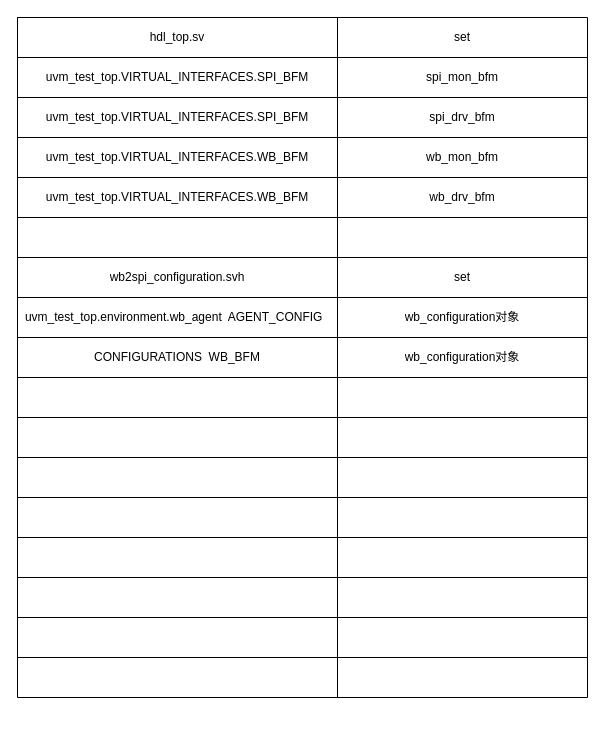
Before: wb2spi/系统的config过程.drawio in ghr12345/firsttest, a draw.io diagram. Source tidied: cells renumbered, new cells numbered last; positions are measured from the earlier drawing's top-left corner, leaving out a move shared by most shapes. Both pictures are drawn from the tidied source at 100%, with x=0, y=0 at pixel (17, 17).
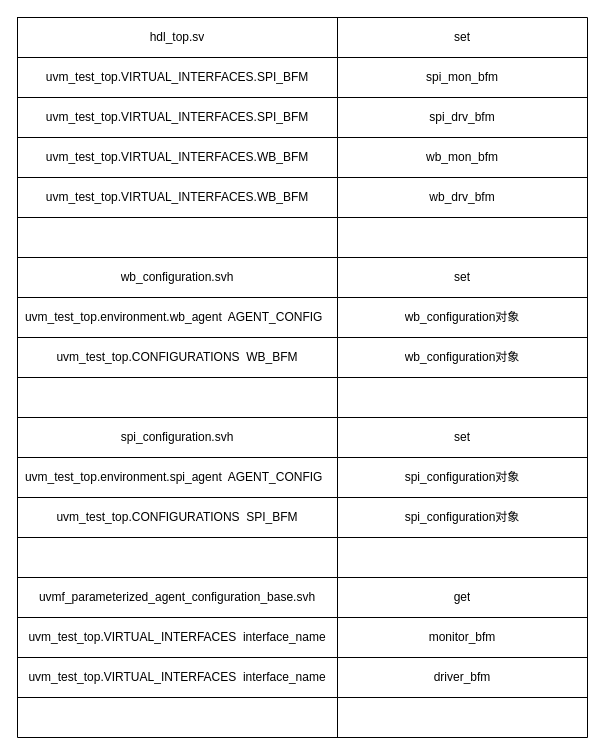
The same diagram, later.

Commit message (it also covers changes not shown here):
更新系统的config过程.drawio

The change refers to these unchanged cells:
```xml
<mxCell id="21" style="shape=partialRectangle;html=1;whiteSpace=wrap;fillColor=none;top=0;left=0;bottom=0;right=0;" parent="2" vertex="1">
  <mxGeometry y="240" width="570" height="40" as="geometry" />
</mxCell>
<mxCell id="27" style="shape=partialRectangle;html=1;whiteSpace=wrap;fillColor=none;top=0;left=0;bottom=0;right=0;" parent="2" vertex="1">
  <mxGeometry y="320" width="570" height="40" as="geometry" />
</mxCell>
```

Diff of the diagram source:
```diff
@@
     <mxCell id="2" style="shape=table;html=1;whiteSpace=wrap;startSize=0;childLayout=tableLayout;" parent="1" vertex="1">
-      <mxGeometry width="570" height="680" as="geometry" />
+      <mxGeometry width="570" height="720" as="geometry" />
     </mxCell>
@@
-    <mxCell id="22" value="wb2spi_configuration.svh" style="shape=partialRectangle;html=1;whiteSpace=wrap;overflow=hidden;fillColor=none;top=0;left=0;bottom=0;right=0;" parent="21" vertex="1">
+    <mxCell id="22" value="wb_configuration.svh" style="shape=partialRectangle;html=1;whiteSpace=wrap;overflow=hidden;fillColor=none;top=0;left=0;bottom=0;right=0;" parent="21" vertex="1">
       <mxGeometry width="320" height="40" as="geometry" />
     </mxCell>
@@
-    <mxCell id="28" value="CONFIGURATIONS&amp;nbsp; WB_BFM" style="shape=partialRectangle;html=1;whiteSpace=wrap;overflow=hidden;fillColor=none;top=0;left=0;bottom=0;right=0;" parent="27" vertex="1">
+    <mxCell id="28" value="uvm_test_top.CONFIGURATIONS&amp;nbsp; WB_BFM" style="shape=partialRectangle;html=1;whiteSpace=wrap;overflow=hidden;fillColor=none;top=0;left=0;bottom=0;right=0;" parent="27" vertex="1">
       <mxGeometry width="320" height="40" as="geometry" />
     </mxCell>
@@
+    <mxCell id="62" style="shape=partialRectangle;html=1;whiteSpace=wrap;fillColor=none;top=0;left=0;bottom=0;right=0;" parent="2" vertex="1">
+      <mxGeometry y="680" width="570" height="40" as="geometry" />
+    </mxCell>
+    <mxCell id="63" style="shape=partialRectangle;html=1;whiteSpace=wrap;overflow=hidden;fillColor=none;top=0;left=0;bottom=0;right=0;" parent="62" vertex="1">
+      <mxGeometry width="320" height="40" as="geometry" />
+    </mxCell>
+    <mxCell id="64" style="shape=partialRectangle;html=1;whiteSpace=wrap;overflow=hidden;fillColor=none;top=0;left=0;bottom=0;right=0;" parent="62" vertex="1">
+      <mxGeometry x="320" width="250" height="40" as="geometry" />
+    </mxCell>
@@
+    <mxCell id="65" value="uvmf_parameterized_agent_configuration_base.svh" style="shape=partialRectangle;html=1;whiteSpace=wrap;overflow=hidden;fillColor=none;top=0;left=0;bottom=0;right=0;" parent="1" vertex="1">
+      <mxGeometry y="560" width="320" height="40" as="geometry" />
+    </mxCell>
+    <mxCell id="66" value="get" style="shape=partialRectangle;html=1;whiteSpace=wrap;overflow=hidden;fillColor=none;top=0;left=0;bottom=0;right=0;" parent="1" vertex="1">
+      <mxGeometry x="320" y="560" width="250" height="40" as="geometry" />
+    </mxCell>
+    <mxCell id="67" value="uvm_test_top.VIRTUAL_INTERFACES&amp;nbsp;&amp;nbsp;interface_name" style="shape=partialRectangle;html=1;whiteSpace=wrap;overflow=hidden;fillColor=none;top=0;left=0;bottom=0;right=0;" parent="1" vertex="1">
+      <mxGeometry y="600" width="320" height="40" as="geometry" />
+    </mxCell>
+    <mxCell id="68" value="monitor_bfm" style="shape=partialRectangle;html=1;whiteSpace=wrap;overflow=hidden;fillColor=none;top=0;left=0;bottom=0;right=0;" parent="1" vertex="1">
+      <mxGeometry x="320" y="600" width="250" height="40" as="geometry" />
+    </mxCell>
+    <mxCell id="69" value="uvm_test_top.&lt;span&gt;VIRTUAL_INTERFACES&amp;nbsp;&amp;nbsp;interface_name&lt;/span&gt;" style="shape=partialRectangle;html=1;whiteSpace=wrap;overflow=hidden;fillColor=none;top=0;left=0;bottom=0;right=0;" parent="1" vertex="1">
+      <mxGeometry y="640" width="320" height="40" as="geometry" />
+    </mxCell>
+    <mxCell id="70" value="driver_bfm" style="shape=partialRectangle;html=1;whiteSpace=wrap;overflow=hidden;fillColor=none;top=0;left=0;bottom=0;right=0;" parent="1" vertex="1">
+      <mxGeometry x="320" y="640" width="250" height="40" as="geometry" />
+    </mxCell>
+    <mxCell id="71" value="spi_configuration.svh" style="shape=partialRectangle;html=1;whiteSpace=wrap;overflow=hidden;fillColor=none;top=0;left=0;bottom=0;right=0;" parent="1" vertex="1">
+      <mxGeometry y="400" width="320" height="40" as="geometry" />
+    </mxCell>
+    <mxCell id="72" value="set" style="shape=partialRectangle;html=1;whiteSpace=wrap;overflow=hidden;fillColor=none;top=0;left=0;bottom=0;right=0;" parent="1" vertex="1">
+      <mxGeometry x="320" y="400" width="250" height="40" as="geometry" />
+    </mxCell>
+    <mxCell id="73" value="uvm_test_top.environment.spi_agent&amp;nbsp; AGENT_CONFIG&amp;nbsp;&amp;nbsp;" style="shape=partialRectangle;html=1;whiteSpace=wrap;overflow=hidden;fillColor=none;top=0;left=0;bottom=0;right=0;" parent="1" vertex="1">
+      <mxGeometry y="440" width="320" height="40" as="geometry" />
+    </mxCell>
+    <mxCell id="74" value="spi_configuration对象" style="shape=partialRectangle;html=1;whiteSpace=wrap;overflow=hidden;fillColor=none;top=0;left=0;bottom=0;right=0;" parent="1" vertex="1">
+      <mxGeometry x="320" y="440" width="250" height="40" as="geometry" />
+    </mxCell>
+    <mxCell id="75" value="uvm_test_top.CONFIGURATIONS&amp;nbsp; SPI_BFM" style="shape=partialRectangle;html=1;whiteSpace=wrap;overflow=hidden;fillColor=none;top=0;left=0;bottom=0;right=0;" parent="1" vertex="1">
+      <mxGeometry y="480" width="320" height="40" as="geometry" />
+    </mxCell>
+    <mxCell id="76" value="&lt;span&gt;spi_configuration对象&lt;/span&gt;" style="shape=partialRectangle;html=1;whiteSpace=wrap;overflow=hidden;fillColor=none;top=0;left=0;bottom=0;right=0;" parent="1" vertex="1">
+      <mxGeometry x="320" y="480" width="250" height="40" as="geometry" />
+    </mxCell>
```
